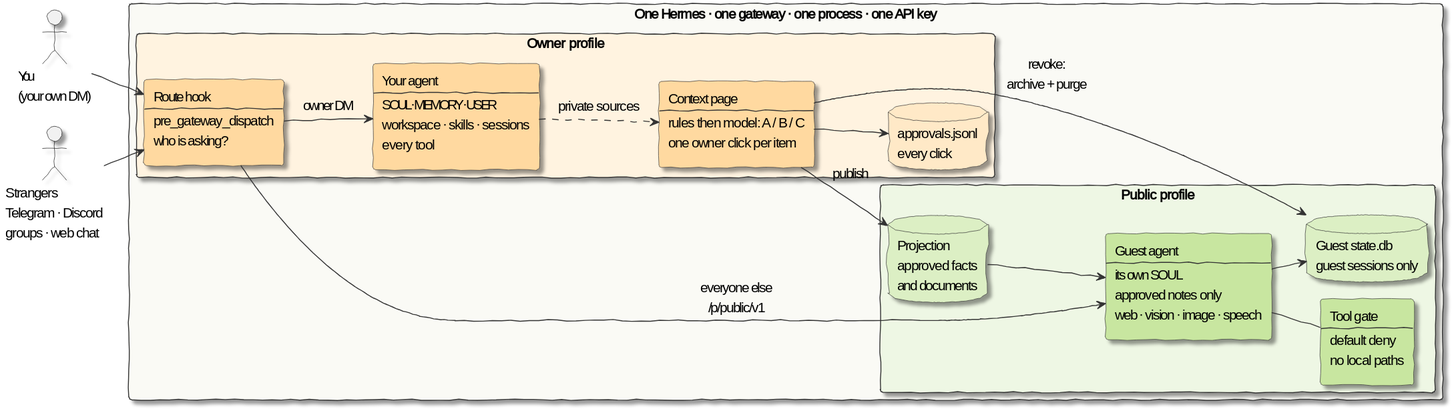
Earlier version of the PlantUML export docs/diagrams/overview.svg (dotv-7/salts-secrets-plugin).
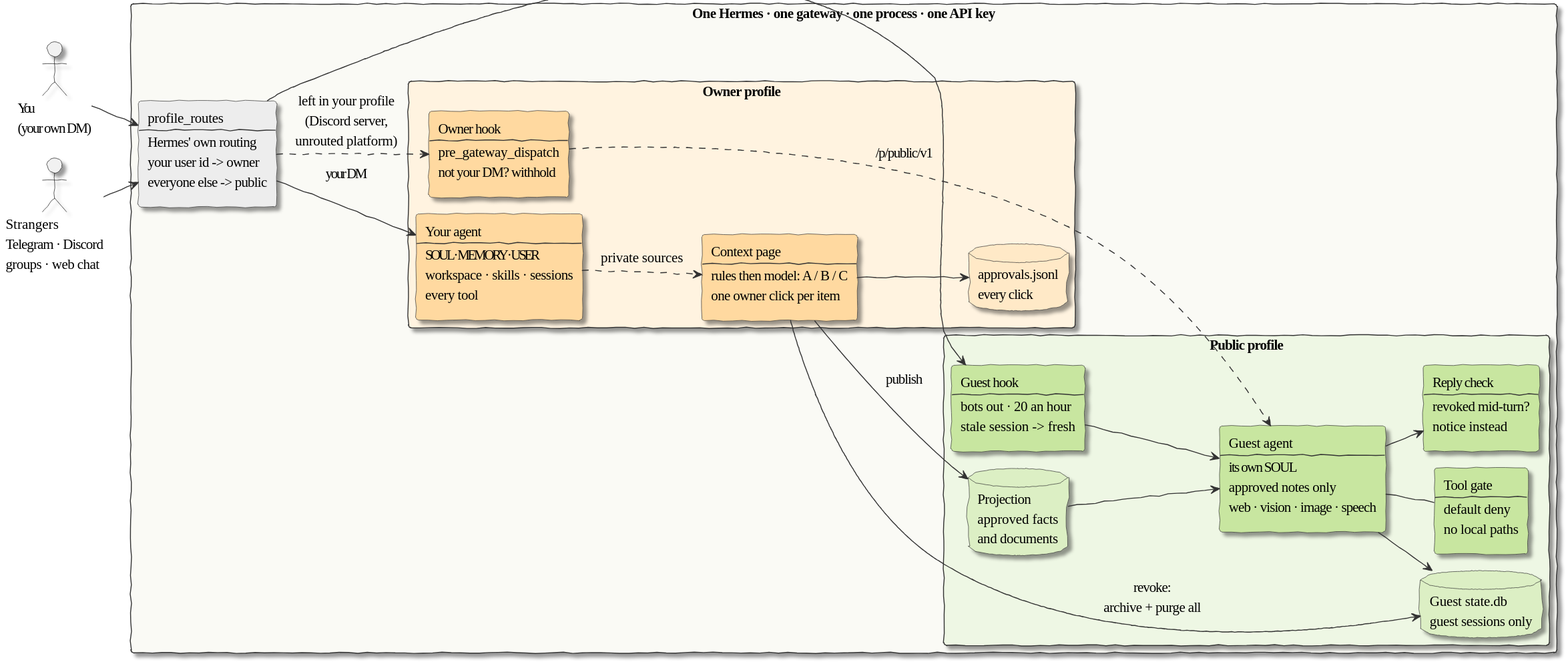
Above is the later version.

Diff of the diagram source:
```diff
@@ -19,29 +19,36 @@
 actor "Strangers\nTelegram · Discord\ngroups · web chat" as guest
 
 rectangle "One Hermes · one gateway · one process · one API key" #FAFAF5 {
+  rectangle "profile_routes\n--\nHermes' own routing\nyour user id -> owner\neveryone else -> public" as routes #EDEDED
   rectangle "Owner profile" #FFF3E0 {
-    rectangle "Route hook\n--\npre_gateway_dispatch\nwho is asking?" as route #FFD9A0
     rectangle "Your agent\n--\nSOUL · MEMORY · USER\nworkspace · skills · sessions\nevery tool" as oagent #FFD9A0
+    rectangle "Owner hook\n--\npre_gateway_dispatch\nnot your DM? withhold" as ohook #FFD9A0
     rectangle "Context page\n--\nrules then model: A / B / C\none owner click per item" as board #FFD9A0
     database "approvals.jsonl\nevery click" as log #FFE9C7
   }
   rectangle "Public profile" #EEF7E4 {
+    rectangle "Guest hook\n--\nbots out · 20 an hour\nstale session -> fresh" as ghook #C8E6A0
     rectangle "Guest agent\n--\nits own SOUL\napproved notes only\nweb · vision · image · speech" as pagent #C8E6A0
     rectangle "Tool gate\n--\ndefault deny\nno local paths" as gate #C8E6A0
+    rectangle "Reply check\n--\nrevoked mid-turn?\nnotice instead" as rcheck #C8E6A0
     database "Projection\napproved facts\nand documents" as proj #DCEFC4
     database "Guest state.db\nguest sessions only" as pdb #DCEFC4
   }
 }
 
-you --> route
-guest --> route
-route --> oagent : owner DM
-route --> pagent : everyone else\n/p/public/v1
+you --> routes
+guest --> routes
+routes --> oagent : your DM
+routes --> ghook : everyone else
+routes ..> ohook : left in your profile\n(Discord server,\nunrouted platform)
+ohook ..> pagent : /p/public/v1
+ghook --> pagent
 oagent ..> board : private sources
 board --> proj : publish
 board --> log
-board --> pdb : revoke:\narchive + purge
+board --> pdb : revoke:\narchive + purge all
 proj --> pagent
 pagent -- gate
+pagent --> rcheck
 pagent --> pdb
 @enduml
```
